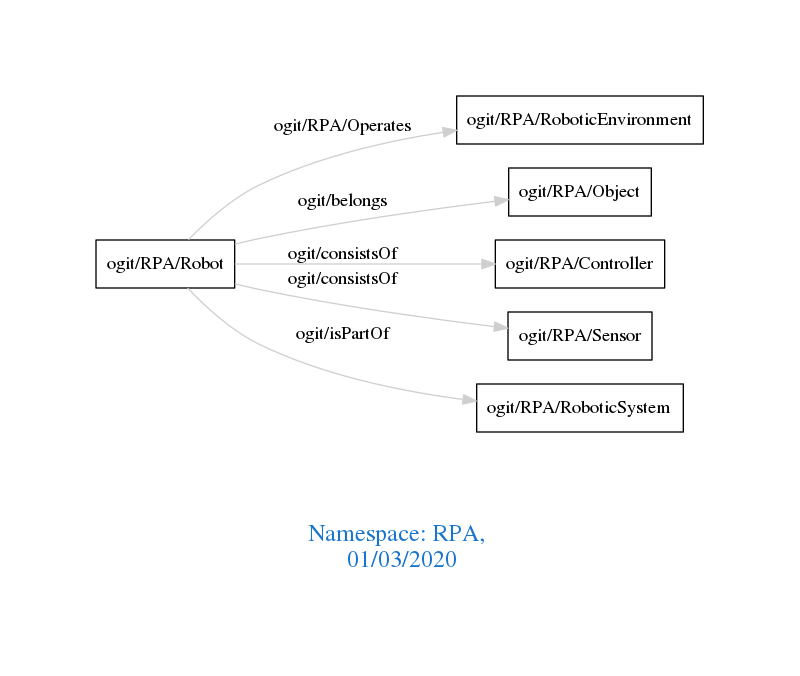
Earlier version of the Graphviz export downloads/RPA.png (arago/OGIT). Its source is kept beside it as downloads/RPA.dot.
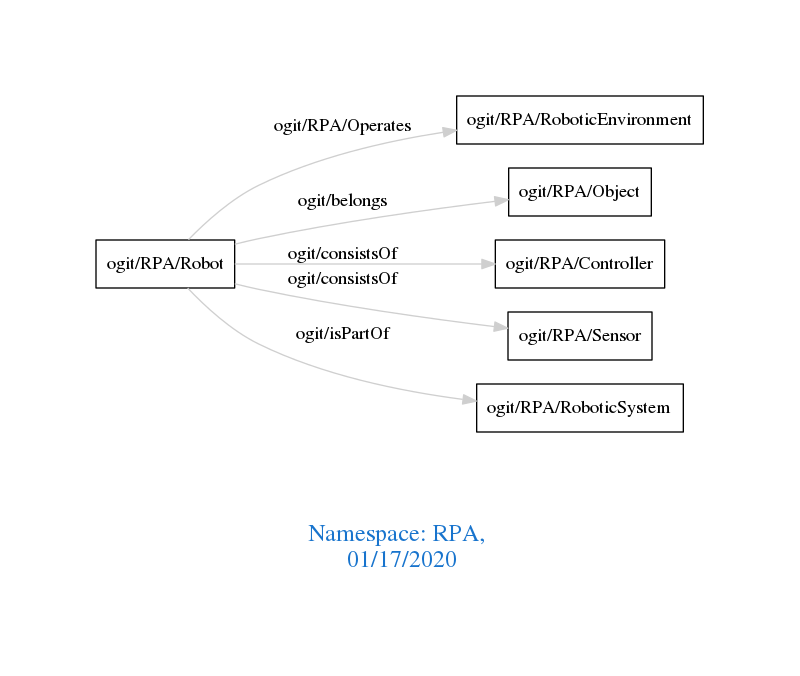
After the commit.

Diff of the diagram source:
```diff
@@ -1,7 +1,7 @@
 digraph OGIT_ontology {
  graph [ rankdir= LR,pad=1
 fontsize = 18,
-fontcolor= dodgerblue3,label = "\n\n\nNamespace: RPA, \n 01/03/2020"];
+fontcolor= dodgerblue3,label = "\n\n\nNamespace: RPA, \n 01/17/2020"];
 node[shape=polygon];
 edge [  color="gray81"];
 
```
